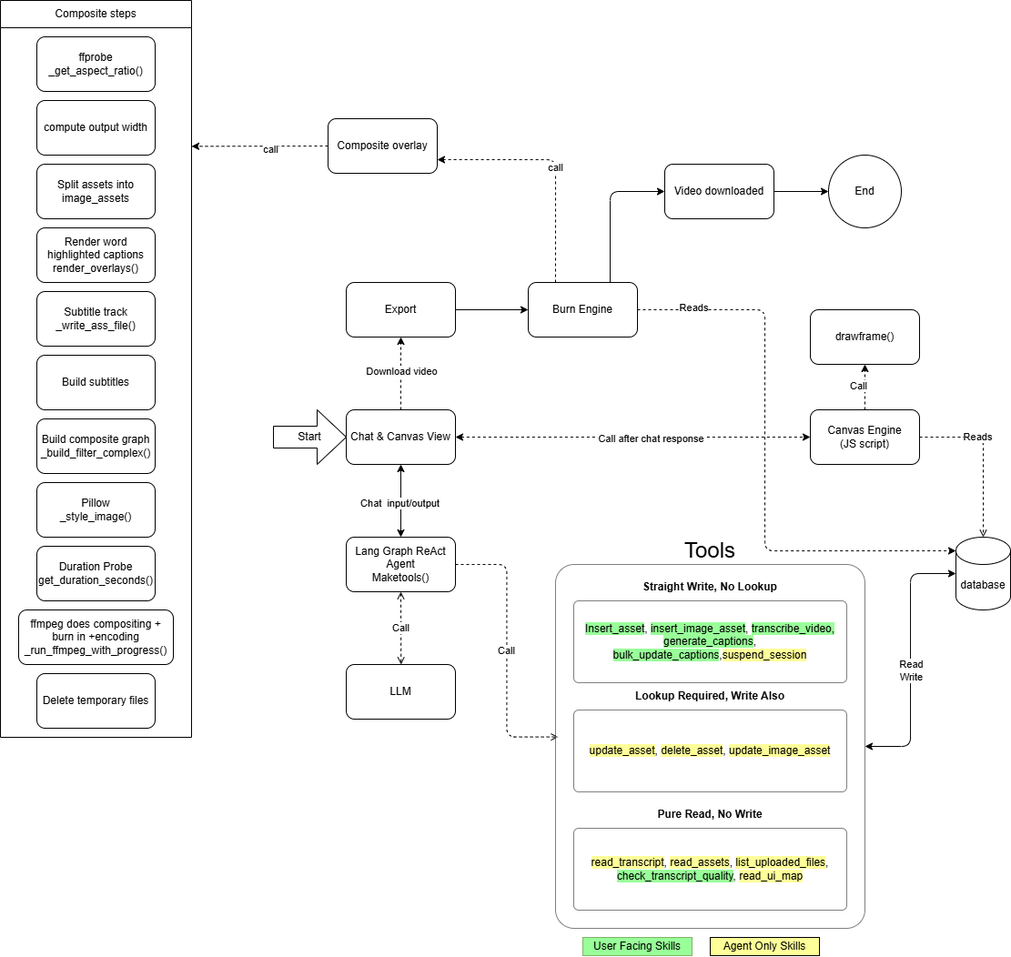
The draw.io diagram production_docs/preview/video_process.drawio.png in sherazacgb-sys/video_editing_agent, before a commit. Source tidied: cells renumbered, new cells last; positions are measured from the earlier drawing's top-left corner, leaving out a move shared by most shapes.
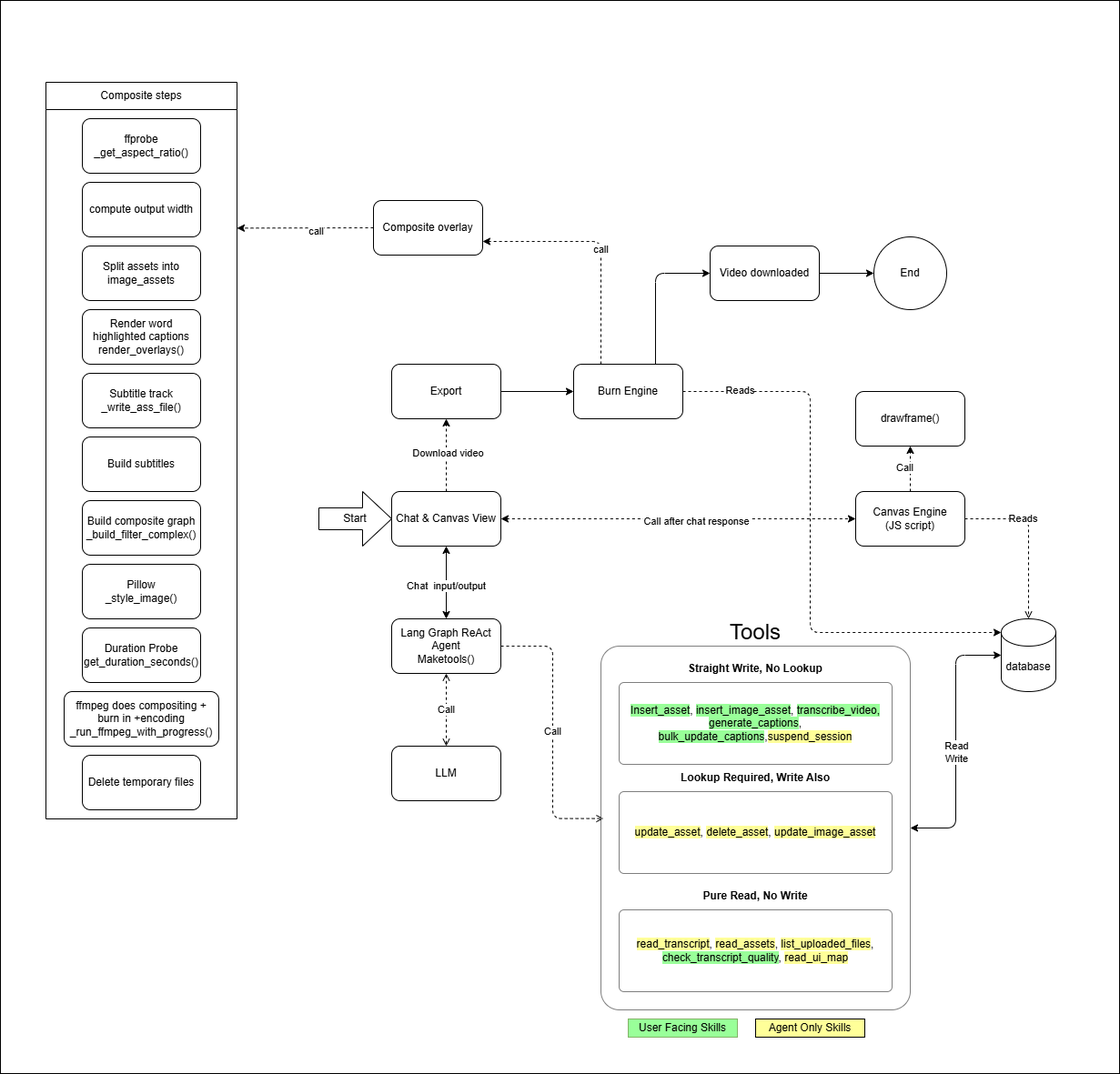
Above is the later version.

Commit message:
Update diagrams for better contrast on GitHub

What changed in the source:
```diff
@@ -2,6 +2,9 @@
   <root>
     <mxCell id="0" />
     <mxCell id="1" parent="0" />
+    <mxCell id="63" style="rounded=0;whiteSpace=wrap;html=1;" parent="1" vertex="1">
+      <mxGeometry x="-50" y="-90" width="1230" height="1180" as="geometry" />
+    </mxCell>
     <mxCell id="2" value="Composite steps" style="swimlane;fontStyle=0;horizontal=1;startSize=30;whiteSpace=wrap;html=1;" parent="1" vertex="1">
       <mxGeometry width="210" height="810" as="geometry" />
     </mxCell>
```
